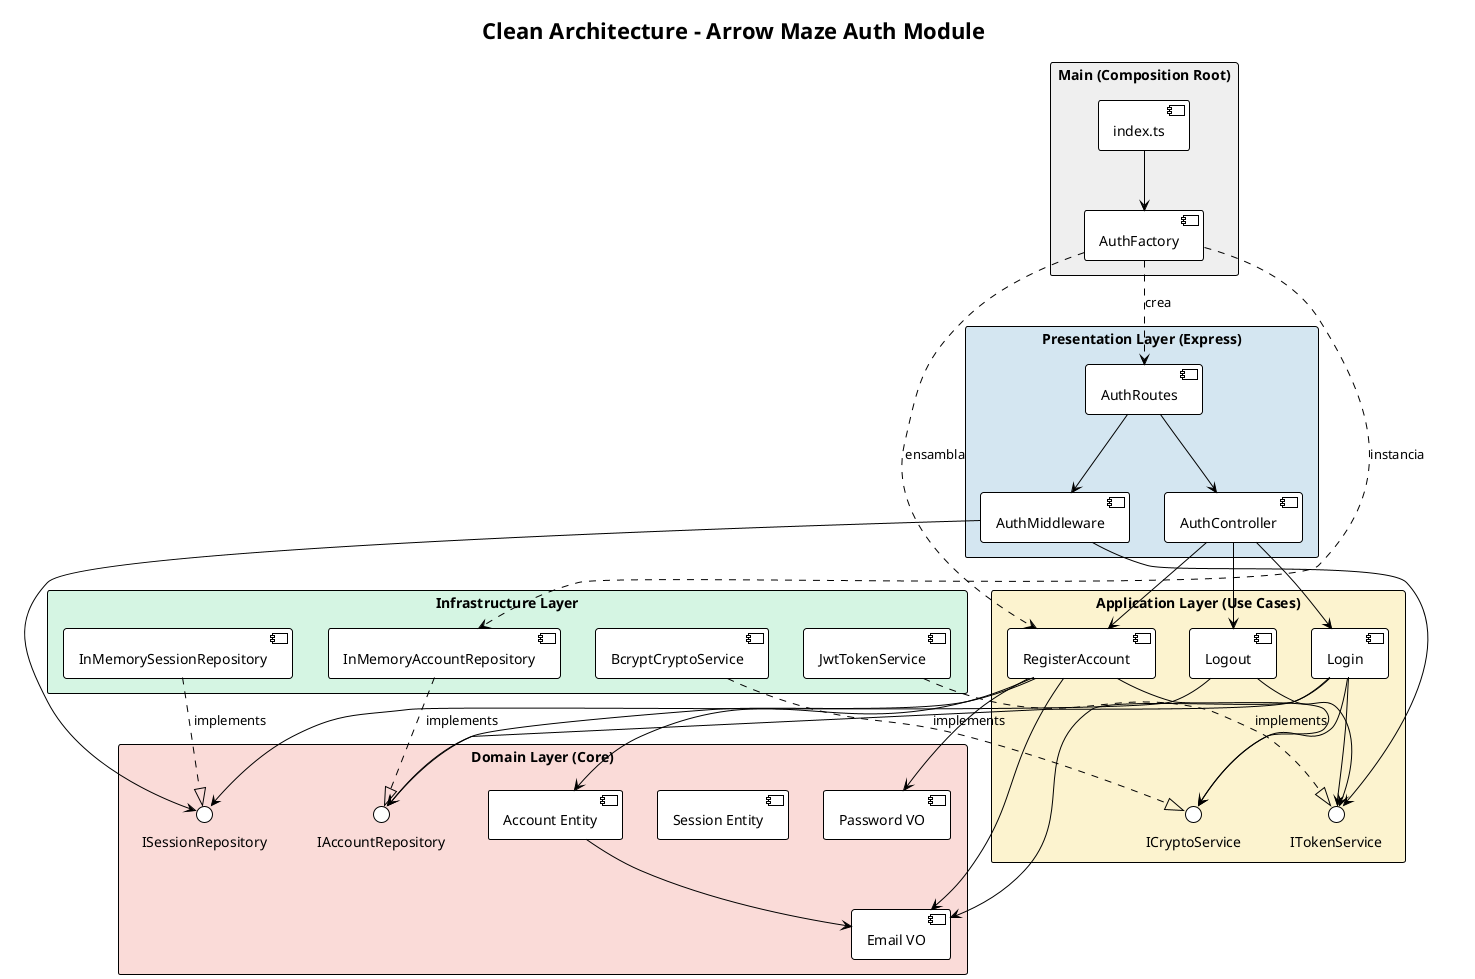
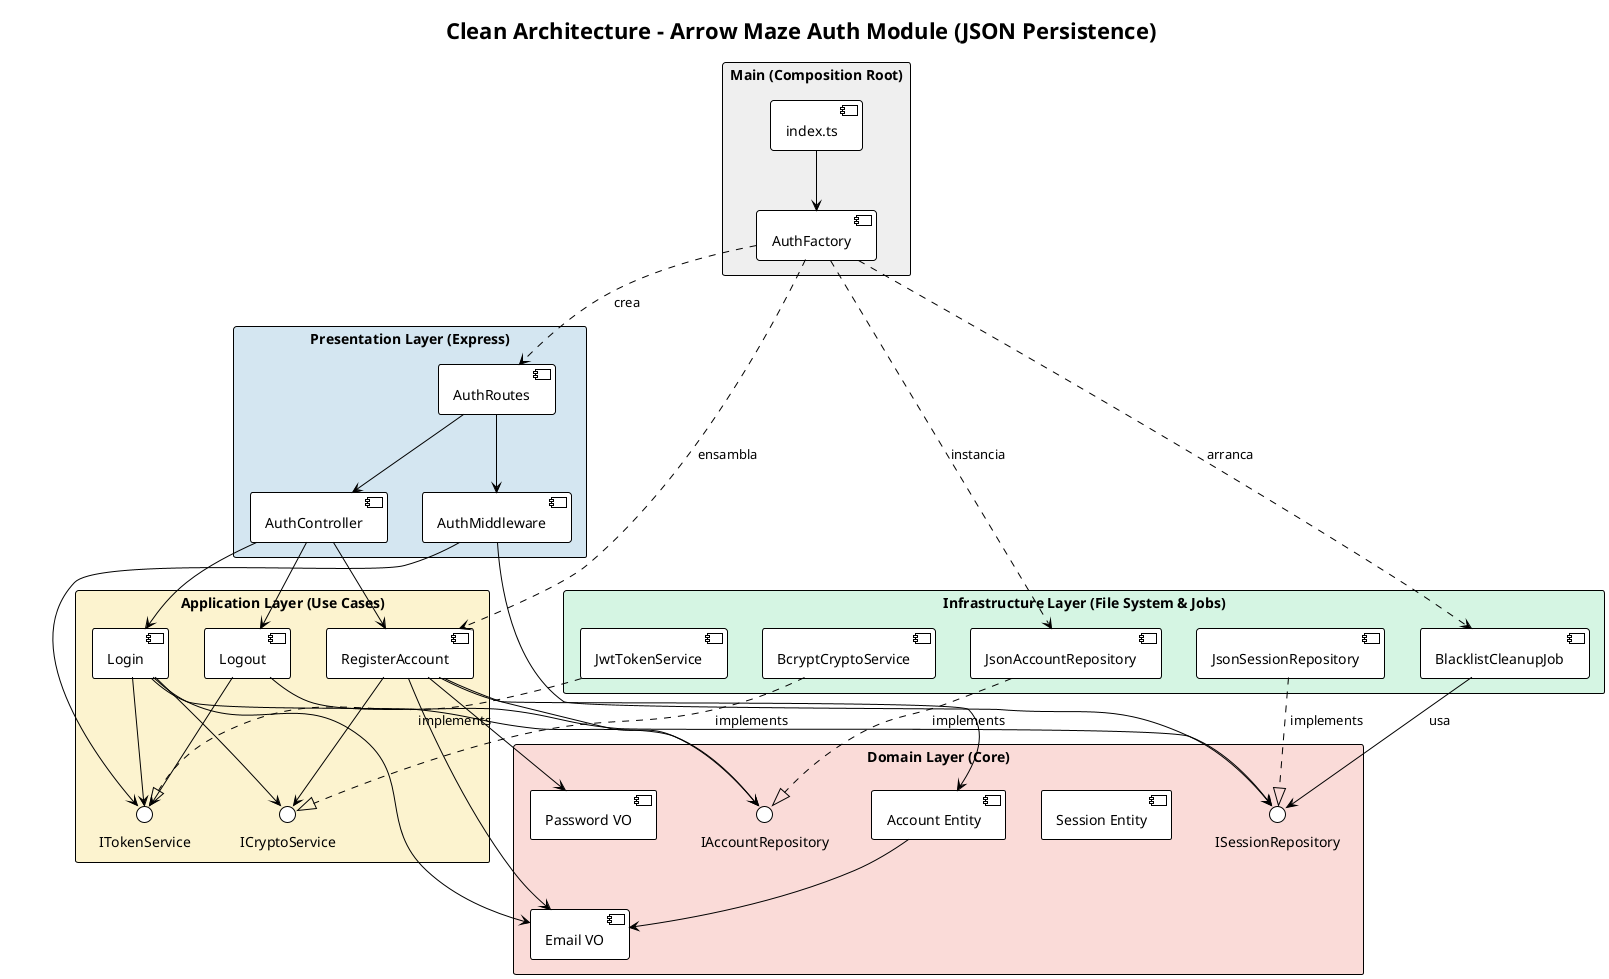
@startuml diagram
!theme plain
skinparam componentStyle uml2
skinparam packageStyle rectangle
skinparam DefaultFontName Urbanist

- title Clean Architecture - Arrow Maze Auth Module
+ title Clean Architecture - Arrow Maze Auth Module (JSON Persistence)

' --- CAPAS ---
package "Main (Composition Root)" #EFEFEF {
  [index.ts] as Index
  [AuthFactory] as Factory
}

package "Presentation Layer (Express)" #D4E6F1 {
  [AuthRoutes] as Routes
  [AuthController] as Controller
  [AuthMiddleware] as Middleware
}

- package "Infrastructure Layer" #D5F5E3 {
-   [InMemoryAccountRepository] as AccRepoImpl
-   [InMemorySessionRepository] as SessRepoImpl
+ package "Infrastructure Layer (File System & Jobs)" #D5F5E3 {
+   [JsonAccountRepository] as AccRepoImpl
+   [JsonSessionRepository] as SessRepoImpl
  [BcryptCryptoService] as CryptoImpl
  [JwtTokenService] as TokenImpl
+   [BlacklistCleanupJob] as CronJob
}

package "Application Layer (Use Cases)" #FCF3CF {
  [RegisterAccount] as UseCaseReg
  [Login] as UseCaseLog
  [Logout] as UseCaseOut

  interface "ICryptoService" as ICrypto
  interface "ITokenService" as IToken
}

package "Domain Layer (Core)" #FADBD8 {
  [Account Entity] as Account
  [Session Entity] as Session
  [Email VO] as Email
  [Password VO] as Password

  interface "IAccountRepository" as IAccRepo
  interface "ISessionRepository" as ISessRepo
}

' --- RELACIONES Y DEPENDENCIAS ---

' Main inyecta todo
Index --> Factory
Factory .down.> Routes : "crea"
Factory .down.> AccRepoImpl : "instancia"
+ Factory .down.> CronJob : "arranca"
Factory .down.> UseCaseReg : "ensambla"

' Presentación llama a Aplicación
Routes --> Controller
Routes --> Middleware
Controller --> UseCaseReg
Controller --> UseCaseLog
Controller --> UseCaseOut
Middleware --> IToken
Middleware --> ISessRepo

' Infraestructura implementa contratos de Aplicación/Dominio
AccRepoImpl ..|> IAccRepo : " implements"
SessRepoImpl ..|> ISessRepo : " implements"
CryptoImpl ..|> ICrypto : " implements"
TokenImpl ..|> IToken : " implements"
+ CronJob --> ISessRepo : " usa"

' Aplicación orquesta usando contratos de Dominio/Aplicación
UseCaseReg --> IAccRepo
UseCaseReg --> ICrypto
UseCaseReg --> Account
UseCaseReg --> Email
UseCaseReg --> Password

UseCaseLog --> IAccRepo
UseCaseLog --> ICrypto
UseCaseLog --> IToken
UseCaseLog --> Email

UseCaseOut --> IToken
UseCaseOut --> ISessRepo

' Dominio compone
Account --> Email

@enduml